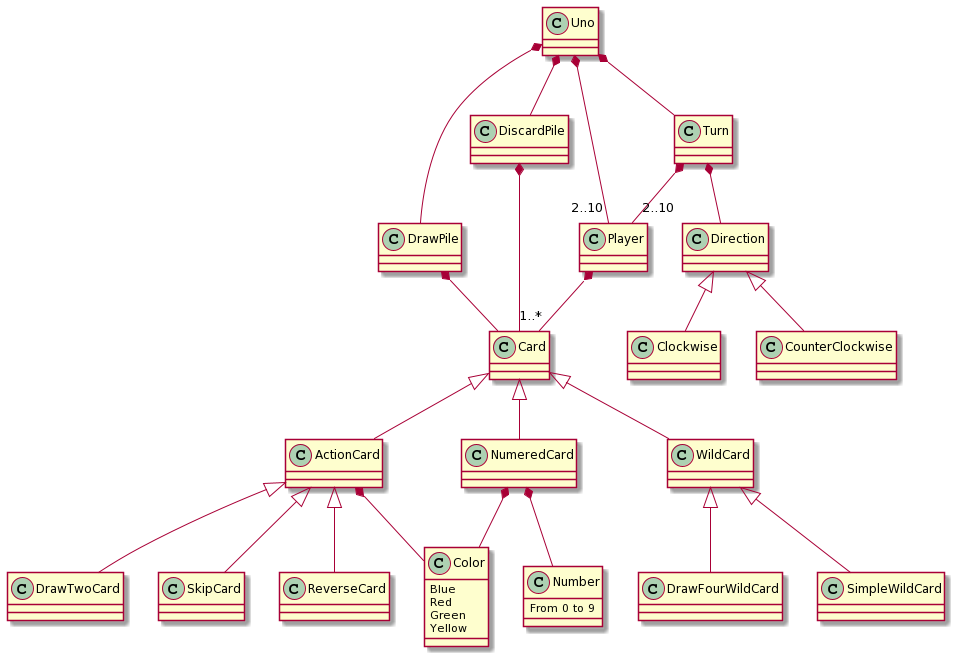
Before: Docs/DomainModel/DomainModel-Simple.png, a diagram exported from PlantUML (x-USantaTecla-game-uno/requirements).
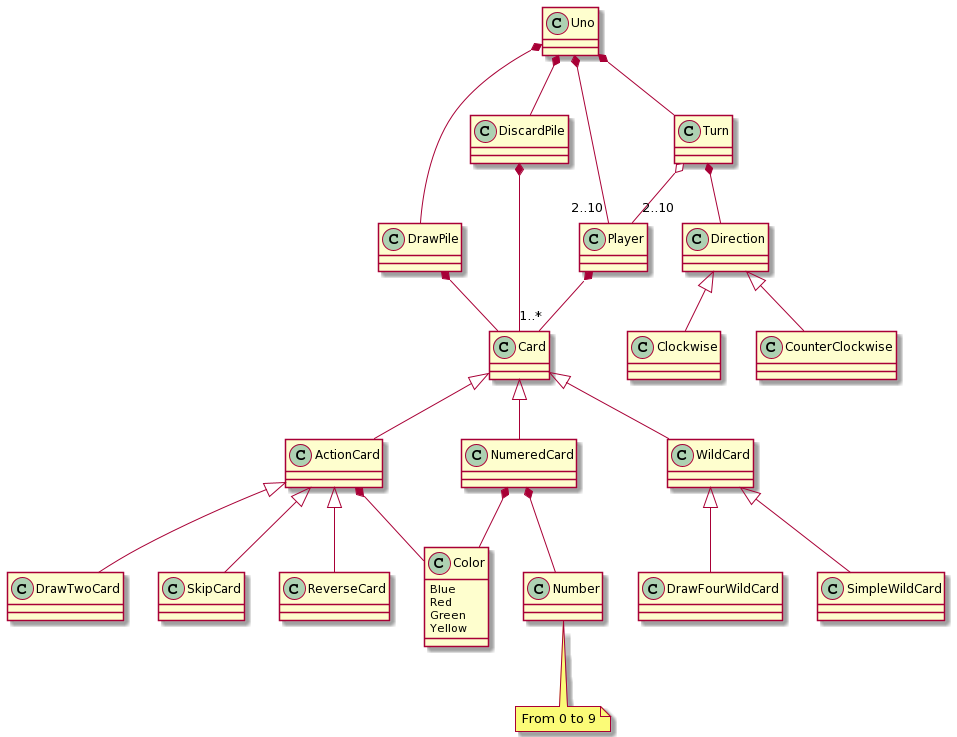
The same diagram one commit later.

The edit, as a diff of the source:
```diff
@@ -4,12 +4,11 @@
 Uno *-- "2..10" Player
 Uno *-- Turn
 
-Turn *-- "2..10" Player
+Turn o-- "2..10" Player
 Turn *-- Direction
 
 Direction <|-- Clockwise
 Direction <|-- CounterClockwise
-
 
 Player *-- "1..*" Card
 
@@ -39,8 +38,5 @@
     Yellow
 }
 
-class Number
-{
-    From 0 to 9
-}
+note bottom of Number: From 0 to 9
 @enduml
```
